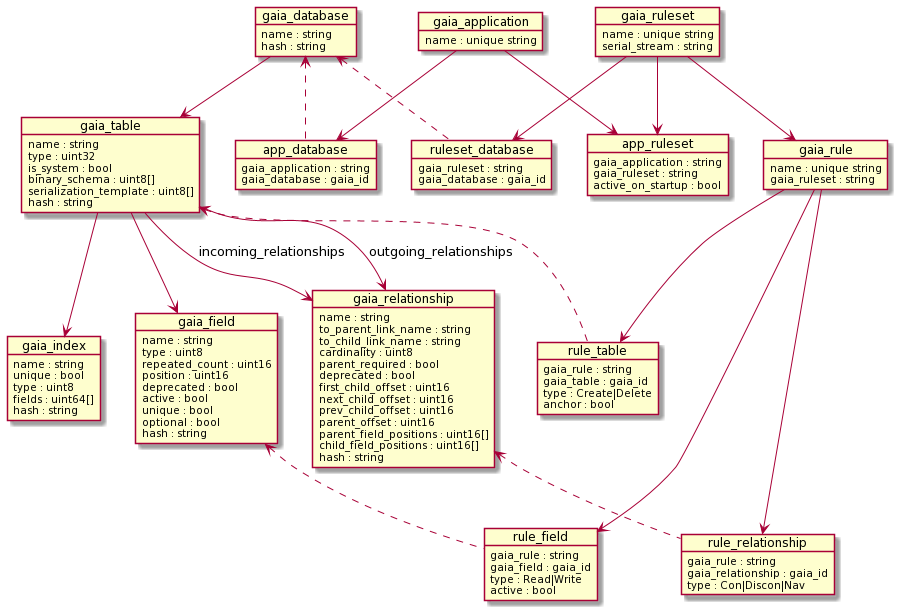
Above: production/catalog/diagram/catalog.png in gaia-platform/GaiaPlatform (PlantUML), before the change.
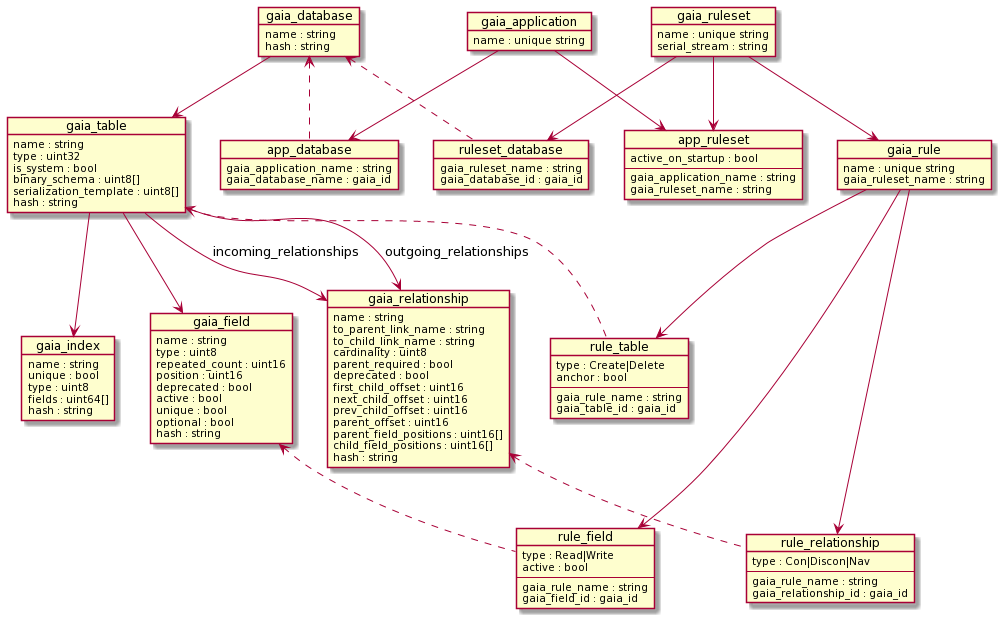
Later version of the same file.

Commit message:
new rearranged catalog diagram

The edit, as a diff of the source:
```diff
@@ -37,8 +37,12 @@
   child_field_positions : uint16[]
   hash : string
 }
-object gaia_application {
-  name : unique string
+object gaia_index {
+  name : string
+  unique : bool
+  type : uint8
+  fields : uint64[]
+  hash : string
 }
 object gaia_ruleset {
   name : unique string
@@ -46,44 +50,44 @@
 }
 object gaia_rule {
   name : unique string
-  gaia_ruleset : string
+  gaia_ruleset_name : string
 }
-object gaia_index {
-  name : string
-  unique : bool
-  type : uint8
-  fields : uint64[]
-  hash : string
+object gaia_application {
+  name : unique string
 }
 object app_database {
-  gaia_application : string
-  gaia_database : gaia_id
+  gaia_application_name : string
+  gaia_database_name : gaia_id
 }
 object ruleset_database {
-  gaia_ruleset : string
-  gaia_database : gaia_id
+  gaia_ruleset_name : string
+  gaia_database_id : gaia_id
 }
 object app_ruleset {
-  gaia_application : string
-  gaia_ruleset : string
   active_on_startup : bool
+  --
+  gaia_application_name : string
+  gaia_ruleset_name : string
 }
 object rule_table {
-  gaia_rule : string
-  gaia_table : gaia_id
   type : Create|Delete
   anchor : bool
+  --
+  gaia_rule_name : string
+  gaia_table_id : gaia_id
 }
 object rule_field {
-  gaia_rule : string
-  gaia_field : gaia_id
   type : Read|Write
   active : bool
+  --
+  gaia_rule_name : string
+  gaia_field_id : gaia_id
 }
 object rule_relationship {
-  gaia_rule : string
-  gaia_relationship : gaia_id
   type : Con|Discon|Nav
+  --
+  gaia_rule_name : string
+  gaia_relationship_id : gaia_id
 }
 gaia_database --> gaia_table
 gaia_table --> gaia_relationship : outgoing_relationships
```
